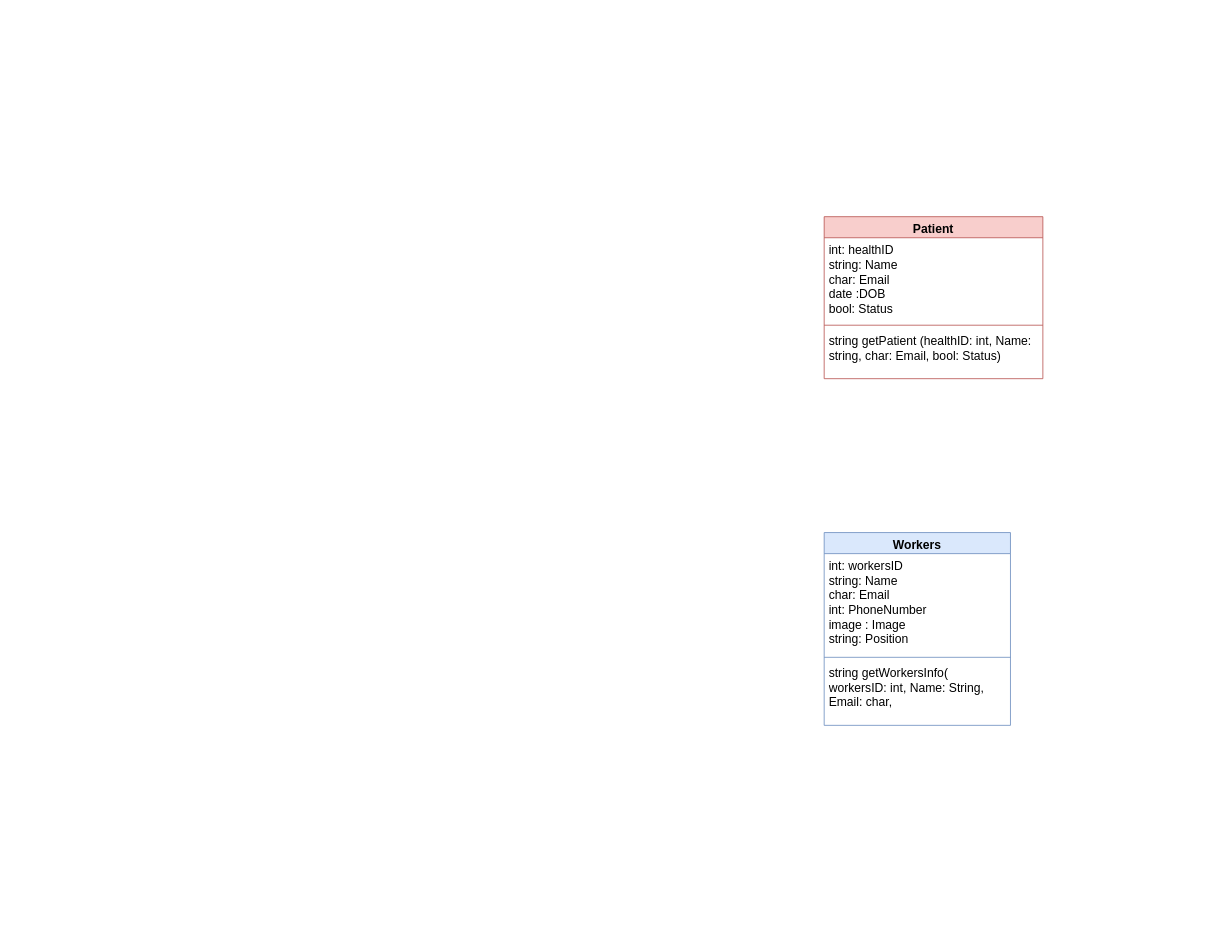
Earlier version of the draw.io diagram Project_Documentation/class_design/3.1 Logical Viewpoint.drawio (IndecentTulip/Online-Health-Monitoring-System). Source tidied: cells renumbered, new cells numbered last; positions are measured from the earlier drawing's top-left corner, leaving out a move shared by most shapes. Both pictures are drawn from the tidied source at 81%, with x=0, y=0 at pixel (824, 216).
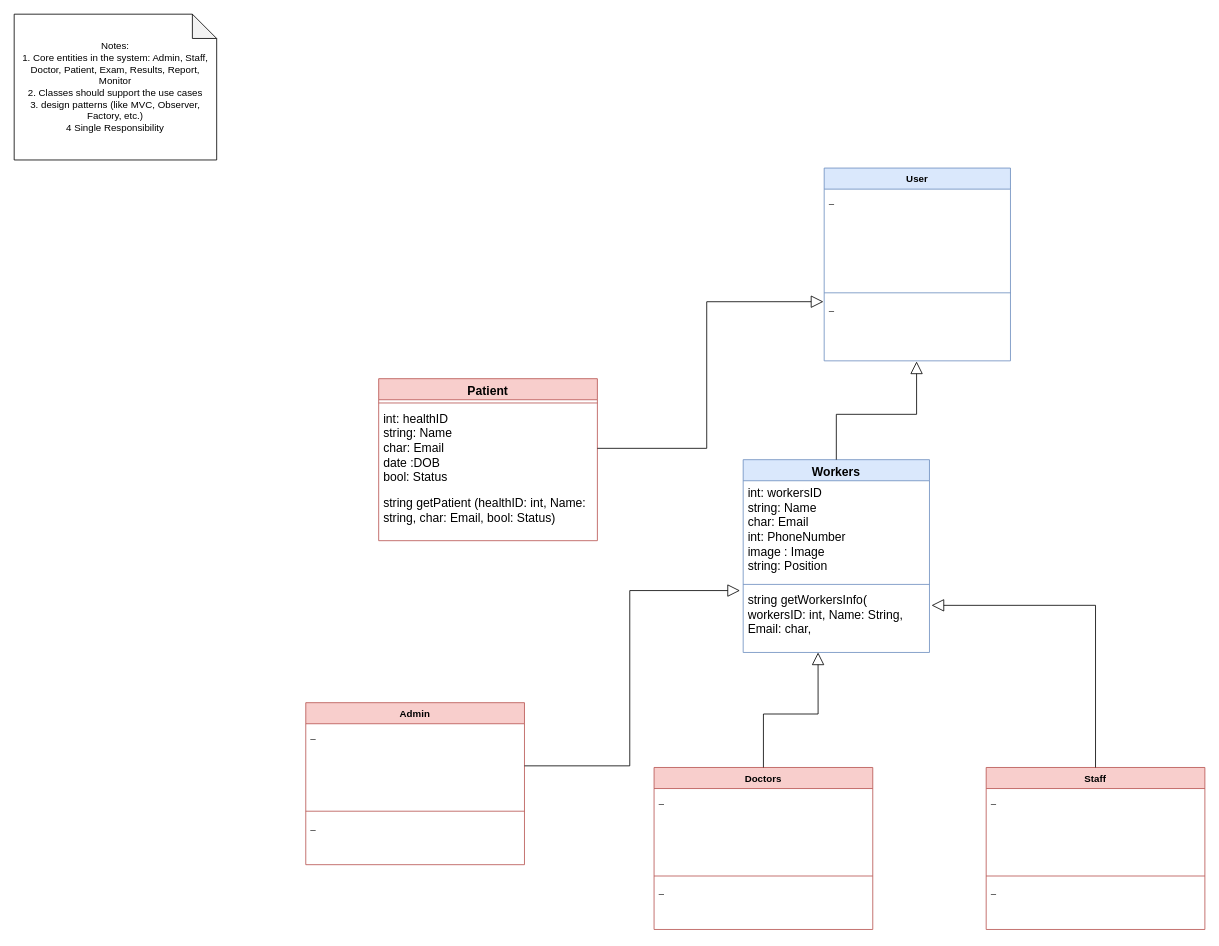
The same diagram, later.

Commit message:
Added users to Class diagram

The change refers to these unchanged cells:
```xml
<mxCell id="9" value="&lt;span style=&quot;font-size: 15px;&quot;&gt;string getWorkersInfo( workersID: int, Name: String, Email: char,&lt;/span&gt;" style="text;strokeColor=none;fillColor=none;align=left;verticalAlign=top;spacingLeft=4;spacingRight=4;overflow=hidden;points=[[0,0.5],[1,0.5]];portConstraint=eastwest;whiteSpace=wrap;html=1;" parent="6" vertex="1">
  <mxGeometry y="158" width="230" height="80" as="geometry" />
</mxCell>
```

The edit, as a diff of the source:
```diff
@@
     <mxCell id="2" value="&lt;font style=&quot;font-size: 15px;&quot;&gt;Patient&lt;/font&gt;" style="swimlane;fontStyle=1;align=center;verticalAlign=top;horizontal=1;startSize=26;whiteSpace=wrap;html=1;fillColor=#f8cecc;strokeColor=#b85450;" parent="1" vertex="1">
-      <mxGeometry width="270" height="200" as="geometry" />
+      <mxGeometry x="-550" y="200" width="270" height="200" as="geometry" />
     </mxCell>
+    <mxCell id="4" style="line;strokeWidth=1;fillColor=none;align=left;verticalAlign=middle;spacingTop=-1;spacingLeft=3;spacingRight=3;labelPosition=right;strokeColor=inherit;" parent="2" vertex="1">
+      <mxGeometry y="26" width="270" height="8" as="geometry" />
+    </mxCell>
     <mxCell id="3" value="&lt;font style=&quot;font-size: 15px;&quot;&gt;int: healthID&lt;/font&gt;&lt;div&gt;&lt;font style=&quot;font-size: 15px;&quot;&gt;string: Name&lt;/font&gt;&lt;/div&gt;&lt;div&gt;&lt;font style=&quot;font-size: 15px;&quot;&gt;char: Email&lt;/font&gt;&lt;/div&gt;&lt;div&gt;&lt;span style=&quot;font-size: 15px;&quot;&gt;date :DOB&lt;/span&gt;&lt;/div&gt;&lt;div&gt;&lt;font style=&quot;font-size: 15px;&quot;&gt;bool: Status&lt;/font&gt;&lt;/div&gt;&lt;div&gt;&lt;font style=&quot;font-size: 15px;&quot;&gt;&lt;br&gt;&lt;/font&gt;&lt;/div&gt;" style="text;strokeColor=none;fillColor=none;align=left;verticalAlign=top;spacingLeft=4;spacingRight=4;overflow=hidden;points=[[0,0.5],[1,0.5]];portConstraint=eastwest;whiteSpace=wrap;html=1;" parent="2" vertex="1">
-      <mxGeometry y="26" width="270" height="104" as="geometry" />
+      <mxGeometry y="34" width="270" height="104" as="geometry" />
     </mxCell>
-    <mxCell id="4" style="line;strokeWidth=1;fillColor=none;align=left;verticalAlign=middle;spacingTop=-1;spacingLeft=3;spacingRight=3;labelPosition=right;strokeColor=inherit;" parent="2" vertex="1">
-      <mxGeometry y="130" width="270" height="8" as="geometry" />
-    </mxCell>
@@
     <mxCell id="6" value="&lt;font style=&quot;font-size: 15px;&quot;&gt;Workers&lt;/font&gt;" style="swimlane;fontStyle=1;align=center;verticalAlign=top;horizontal=1;startSize=26;whiteSpace=wrap;html=1;fillColor=#dae8fc;strokeColor=#6c8ebf;" parent="1" vertex="1">
-      <mxGeometry y="390" width="230" height="238" as="geometry" />
+      <mxGeometry x="-100" y="300" width="230" height="238" as="geometry" />
     </mxCell>
@@
+    <mxCell id="10" value="Notes:&lt;br&gt;&lt;div&gt;1. Core entities in the system: Admin, Staff, Doctor, Patient, Exam, Results, Report, Monitor&lt;/div&gt;&lt;div&gt;2. Classes should support the use cases&lt;/div&gt;&lt;div&gt;3. design patterns (like MVC, Observer, Factory, etc.)&lt;/div&gt;&lt;div&gt;4  Single Responsibility&lt;/div&gt;" style="shape=note;whiteSpace=wrap;html=1;backgroundOutline=1;darkOpacity=0.05;" parent="1" vertex="1">
+      <mxGeometry x="-1000" y="-250" width="250" height="180" as="geometry" />
+    </mxCell>
+    <mxCell id="11" value="Admin" style="swimlane;fontStyle=1;align=center;verticalAlign=top;horizontal=1;startSize=26;whiteSpace=wrap;html=1;fillColor=#f8cecc;strokeColor=#b85450;" parent="1" vertex="1">
+      <mxGeometry x="-640" y="600" width="270" height="200" as="geometry" />
+    </mxCell>
+    <mxCell id="12" value="_" style="text;strokeColor=none;fillColor=none;align=left;verticalAlign=top;spacingLeft=4;spacingRight=4;overflow=hidden;points=[[0,0.5],[1,0.5]];portConstraint=eastwest;whiteSpace=wrap;html=1;" parent="11" vertex="1">
+      <mxGeometry y="26" width="270" height="104" as="geometry" />
+    </mxCell>
+    <mxCell id="13" style="line;strokeWidth=1;fillColor=none;align=left;verticalAlign=middle;spacingTop=-1;spacingLeft=3;spacingRight=3;labelPosition=right;strokeColor=inherit;" parent="11" vertex="1">
+      <mxGeometry y="130" width="270" height="8" as="geometry" />
+    </mxCell>
+    <mxCell id="14" value="_" style="text;strokeColor=none;fillColor=none;align=left;verticalAlign=top;spacingLeft=4;spacingRight=4;overflow=hidden;whiteSpace=wrap;html=1;" parent="11" vertex="1">
+      <mxGeometry y="138" width="270" height="62" as="geometry" />
+    </mxCell>
+    <mxCell id="15" value="Staff" style="swimlane;fontStyle=1;align=center;verticalAlign=top;horizontal=1;startSize=26;whiteSpace=wrap;html=1;fillColor=#f8cecc;strokeColor=#b85450;" parent="1" vertex="1">
+      <mxGeometry x="200" y="680" width="270" height="200" as="geometry" />
+    </mxCell>
+    <mxCell id="16" value="_" style="text;strokeColor=none;fillColor=none;align=left;verticalAlign=top;spacingLeft=4;spacingRight=4;overflow=hidden;whiteSpace=wrap;html=1;" parent="15" vertex="1">
+      <mxGeometry y="26" width="270" height="104" as="geometry" />
+    </mxCell>
+    <mxCell id="17" style="line;strokeWidth=1;fillColor=none;align=left;verticalAlign=middle;spacingTop=-1;spacingLeft=3;spacingRight=3;labelPosition=right;strokeColor=inherit;" parent="15" vertex="1">
+      <mxGeometry y="130" width="270" height="8" as="geometry" />
+    </mxCell>
+    <mxCell id="18" value="_" style="text;strokeColor=none;fillColor=none;align=left;verticalAlign=top;spacingLeft=4;spacingRight=4;overflow=hidden;whiteSpace=wrap;html=1;" parent="15" vertex="1">
+      <mxGeometry y="138" width="270" height="62" as="geometry" />
+    </mxCell>
+    <mxCell id="19" value="Doctors" style="swimlane;fontStyle=1;align=center;verticalAlign=top;horizontal=1;startSize=26;whiteSpace=wrap;html=1;fillColor=#f8cecc;strokeColor=#b85450;" parent="1" vertex="1">
+      <mxGeometry x="-210" y="680" width="270" height="200" as="geometry" />
+    </mxCell>
+    <mxCell id="20" value="_" style="text;strokeColor=none;fillColor=none;align=left;verticalAlign=top;spacingLeft=4;spacingRight=4;overflow=hidden;whiteSpace=wrap;html=1;" parent="19" vertex="1">
+      <mxGeometry y="26" width="270" height="104" as="geometry" />
+    </mxCell>
+    <mxCell id="21" style="line;strokeWidth=1;fillColor=none;align=left;verticalAlign=middle;spacingTop=-1;spacingLeft=3;spacingRight=3;labelPosition=right;strokeColor=inherit;" parent="19" vertex="1">
+      <mxGeometry y="130" width="270" height="8" as="geometry" />
+    </mxCell>
+    <mxCell id="22" value="_" style="text;strokeColor=none;fillColor=none;align=left;verticalAlign=top;spacingLeft=4;spacingRight=4;overflow=hidden;whiteSpace=wrap;html=1;" parent="19" vertex="1">
+      <mxGeometry y="138" width="270" height="62" as="geometry" />
+    </mxCell>
+    <mxCell id="23" style="edgeStyle=orthogonalEdgeStyle;rounded=0;jettySize=auto;html=1;entryX=-0.017;entryY=0.045;entryDx=0;entryDy=0;entryPerimeter=0;endArrow=block;endFill=0;strokeWidth=1;endSize=13;" parent="1" edge="1" source="12" target="9">
+      <mxGeometry relative="1" as="geometry" />
+    </mxCell>
+    <mxCell id="24" style="edgeStyle=orthogonalEdgeStyle;rounded=0;jettySize=auto;html=1;entryX=0.402;entryY=1;entryDx=0;entryDy=0;entryPerimeter=0;endArrow=block;endFill=0;endSize=13;" parent="1" edge="1" source="19" target="9">
+      <mxGeometry relative="1" as="geometry" />
+    </mxCell>
+    <mxCell id="25" style="edgeStyle=orthogonalEdgeStyle;rounded=0;jettySize=auto;html=1;entryX=1.011;entryY=0.273;entryDx=0;entryDy=0;entryPerimeter=0;endArrow=block;endFill=0;endSize=13;" parent="1" edge="1" source="15" target="9">
+      <mxGeometry relative="1" as="geometry" />
+    </mxCell>
+    <mxCell id="26" value="User" style="swimlane;fontStyle=1;align=center;verticalAlign=top;horizontal=1;startSize=26;whiteSpace=wrap;html=1;fillColor=#dae8fc;strokeColor=#6c8ebf;" parent="1" vertex="1">
+      <mxGeometry y="-60" width="230" height="238" as="geometry" />
+    </mxCell>
+    <mxCell id="27" value="_" style="text;strokeColor=none;fillColor=none;align=left;verticalAlign=top;spacingLeft=4;spacingRight=4;overflow=hidden;whiteSpace=wrap;html=1;" parent="26" vertex="1">
+      <mxGeometry y="26" width="230" height="124" as="geometry" />
+    </mxCell>
+    <mxCell id="28" style="line;strokeWidth=1;fillColor=none;align=left;verticalAlign=middle;spacingTop=-1;spacingLeft=3;spacingRight=3;labelPosition=right;strokeColor=inherit;" parent="26" vertex="1">
+      <mxGeometry y="150" width="230" height="8" as="geometry" />
+    </mxCell>
+    <mxCell id="29" value="_" style="text;strokeColor=none;fillColor=none;align=left;verticalAlign=top;spacingLeft=4;spacingRight=4;overflow=hidden;points=[[0,0.5],[1,0.5]];portConstraint=eastwest;whiteSpace=wrap;html=1;" parent="26" vertex="1">
+      <mxGeometry y="158" width="230" height="80" as="geometry" />
+    </mxCell>
+    <mxCell id="30" style="edgeStyle=orthogonalEdgeStyle;rounded=0;jettySize=auto;html=1;entryX=-0.004;entryY=0.087;entryDx=0;entryDy=0;entryPerimeter=0;endArrow=block;endFill=0;endSize=13;" parent="1" edge="1" source="3" target="29">
+      <mxGeometry relative="1" as="geometry" />
+    </mxCell>
+    <mxCell id="31" style="edgeStyle=orthogonalEdgeStyle;rounded=0;jettySize=auto;html=1;entryX=0.496;entryY=1.009;entryDx=0;entryDy=0;entryPerimeter=0;endArrow=block;endFill=0;endSize=13;" parent="1" edge="1" source="6" target="29">
+      <mxGeometry relative="1" as="geometry" />
+    </mxCell>
```
